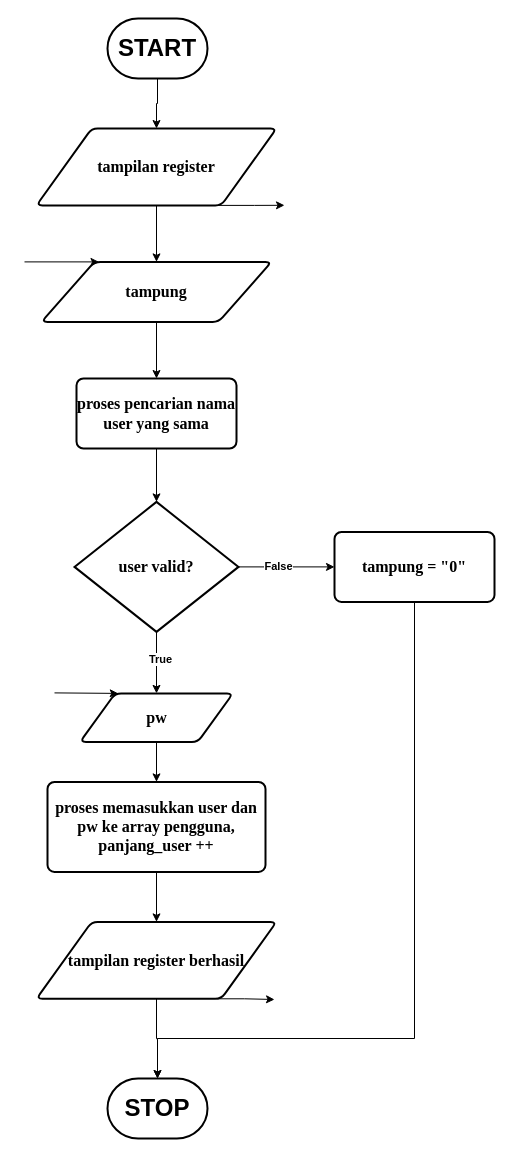
msarabd/pa_sistem_battle_karakter_anime keeps this draw.io diagram as page "fungsi registerUser" (3 of 13) of B1-OnyxSmarid.drawio. Above is the earlier version. Source tidied: cells renumbered, new cells numbered last; positions are measured from the earlier drawing's top-left corner, leaving out a move shared by most shapes. Both pictures are drawn from the tidied source at 100%, with x=0, y=0 at pixel (24, 18).
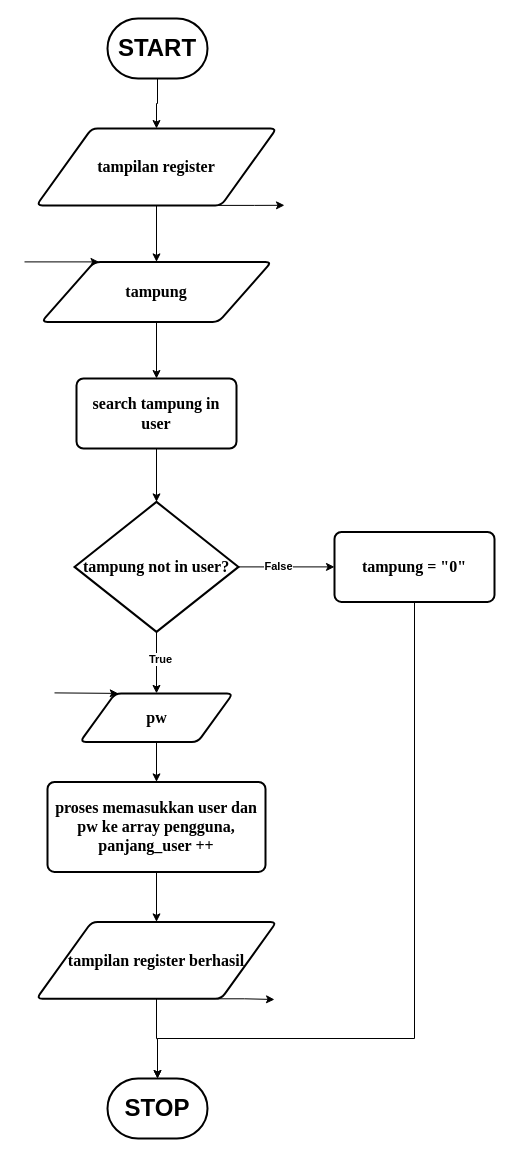
The same page after the edit.

Diff of the diagram source:
```diff
@@
-    <mxCell id="9" value="proses pencarian nama user yang sama" style="rounded=1;whiteSpace=wrap;html=1;absoluteArcSize=1;arcSize=14;strokeWidth=2;fontStyle=1;align=center;fontSize=16;fontFamily=Times New Roman;" parent="1" vertex="1">
+    <mxCell id="9" value="search tampung in user" style="rounded=1;whiteSpace=wrap;html=1;absoluteArcSize=1;arcSize=14;strokeWidth=2;fontStyle=1;align=center;fontSize=16;fontFamily=Times New Roman;" parent="1" vertex="1">
       <mxGeometry x="52" y="360" width="160" height="70" as="geometry" />
     </mxCell>
@@
-    <mxCell id="14" value="&lt;span style=&quot;font-size: 16px;&quot;&gt;user valid?&lt;/span&gt;" style="strokeWidth=2;html=1;shape=mxgraph.flowchart.decision;whiteSpace=wrap;fontStyle=1;fontSize=14;fontFamily=Times New Roman;" parent="1" vertex="1">
+    <mxCell id="14" value="&lt;span style=&quot;font-size: 16px;&quot;&gt;tampung not in user?&lt;/span&gt;" style="strokeWidth=2;html=1;shape=mxgraph.flowchart.decision;whiteSpace=wrap;fontStyle=1;fontSize=14;fontFamily=Times New Roman;" parent="1" vertex="1">
       <mxGeometry x="50" y="483.4" width="164" height="130" as="geometry" />
     </mxCell>
```
